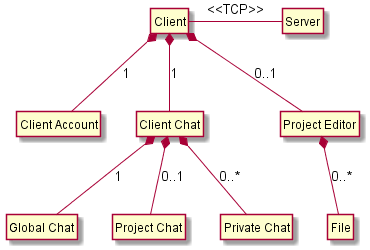
Above: hw3/client.png in voxelv/sQuire_kw (PlantUML), before the change.
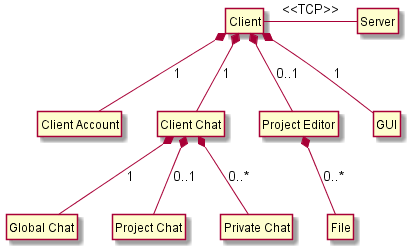
The same file after the commit.

The edit, as a diff of the source:
```diff
@@ -11,12 +11,14 @@
 class "Project Chat" as pchat
 class "Private Chat" as fchat
 class "Server" as sqse
+class "GUI" as gui
 
 sq -right- sqse : <<TCP>>
 
 sq *-- ua : 1
 sq *-- sqc : 1
 sq *-- sqe : 0..1
+sq *-- gui : 1
 
 sqc *-- gchat : 1
 sqc *-- pchat : 0..1
```
